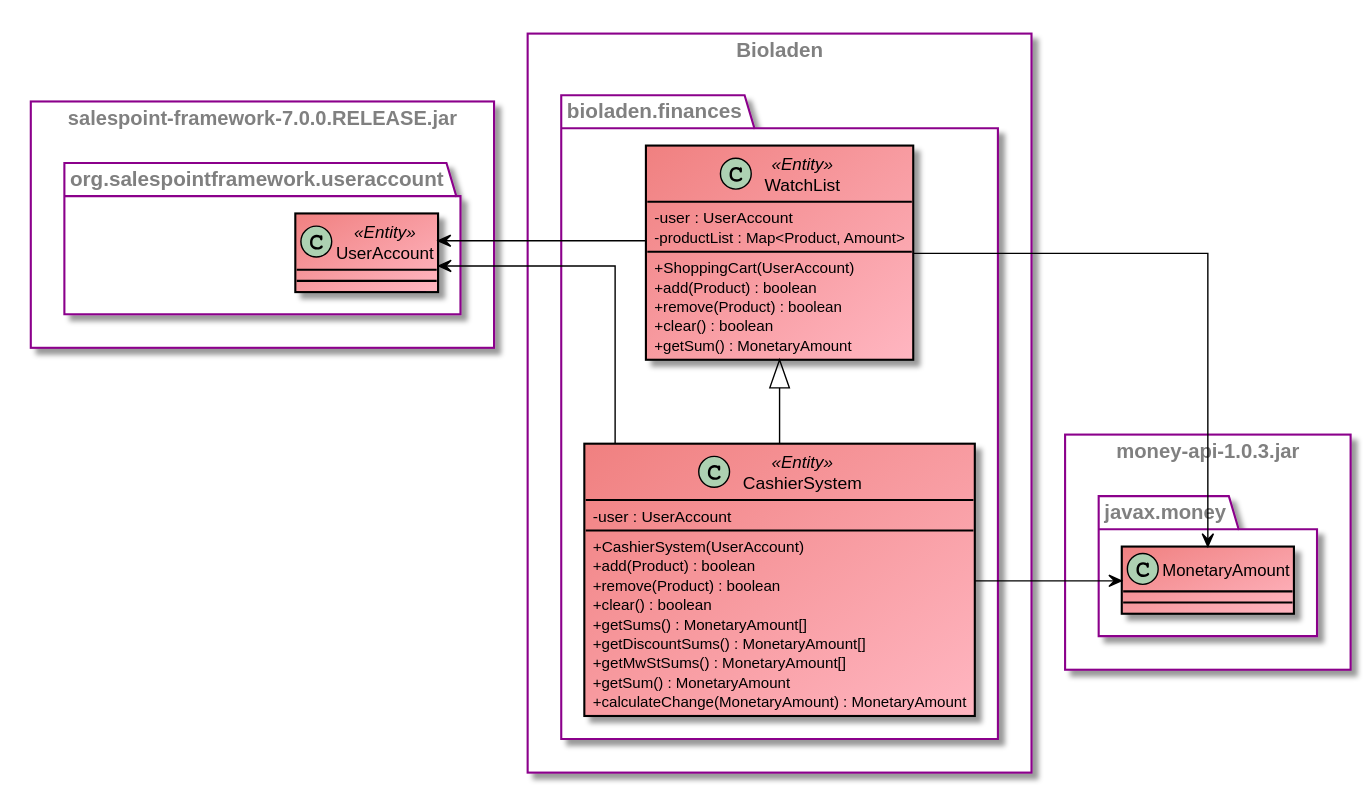
This is src/main/asciidoc/models/design/DesignFinancesDepartment.svg from LimitlessGreen/swt18w43, a PlantUML export, as it was before one commit.
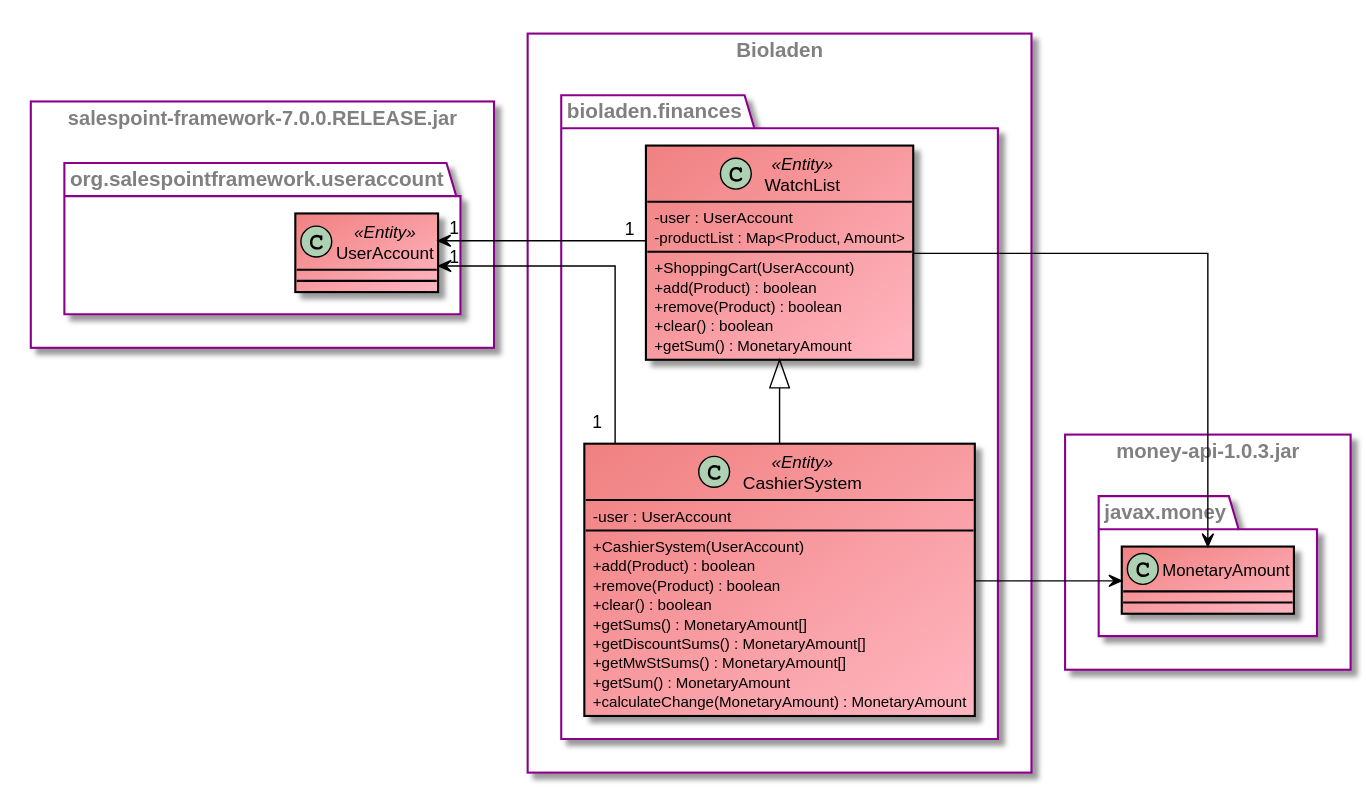
The same diagram one commit later.

Commit message:
[Design] cardinalities and Amount added

Change to the diagram source:
```diff
@@ -68,8 +68,8 @@
 
         }
 
-        bioladen.finances.WatchList -left-> UserAccount
-        bioladen.finances.CashierSystem -left-> UserAccount
+        bioladen.finances.WatchList "1" -left-> "1" UserAccount
+        bioladen.finances.CashierSystem "1" -left-> "1" UserAccount
     }
 
 }
```
